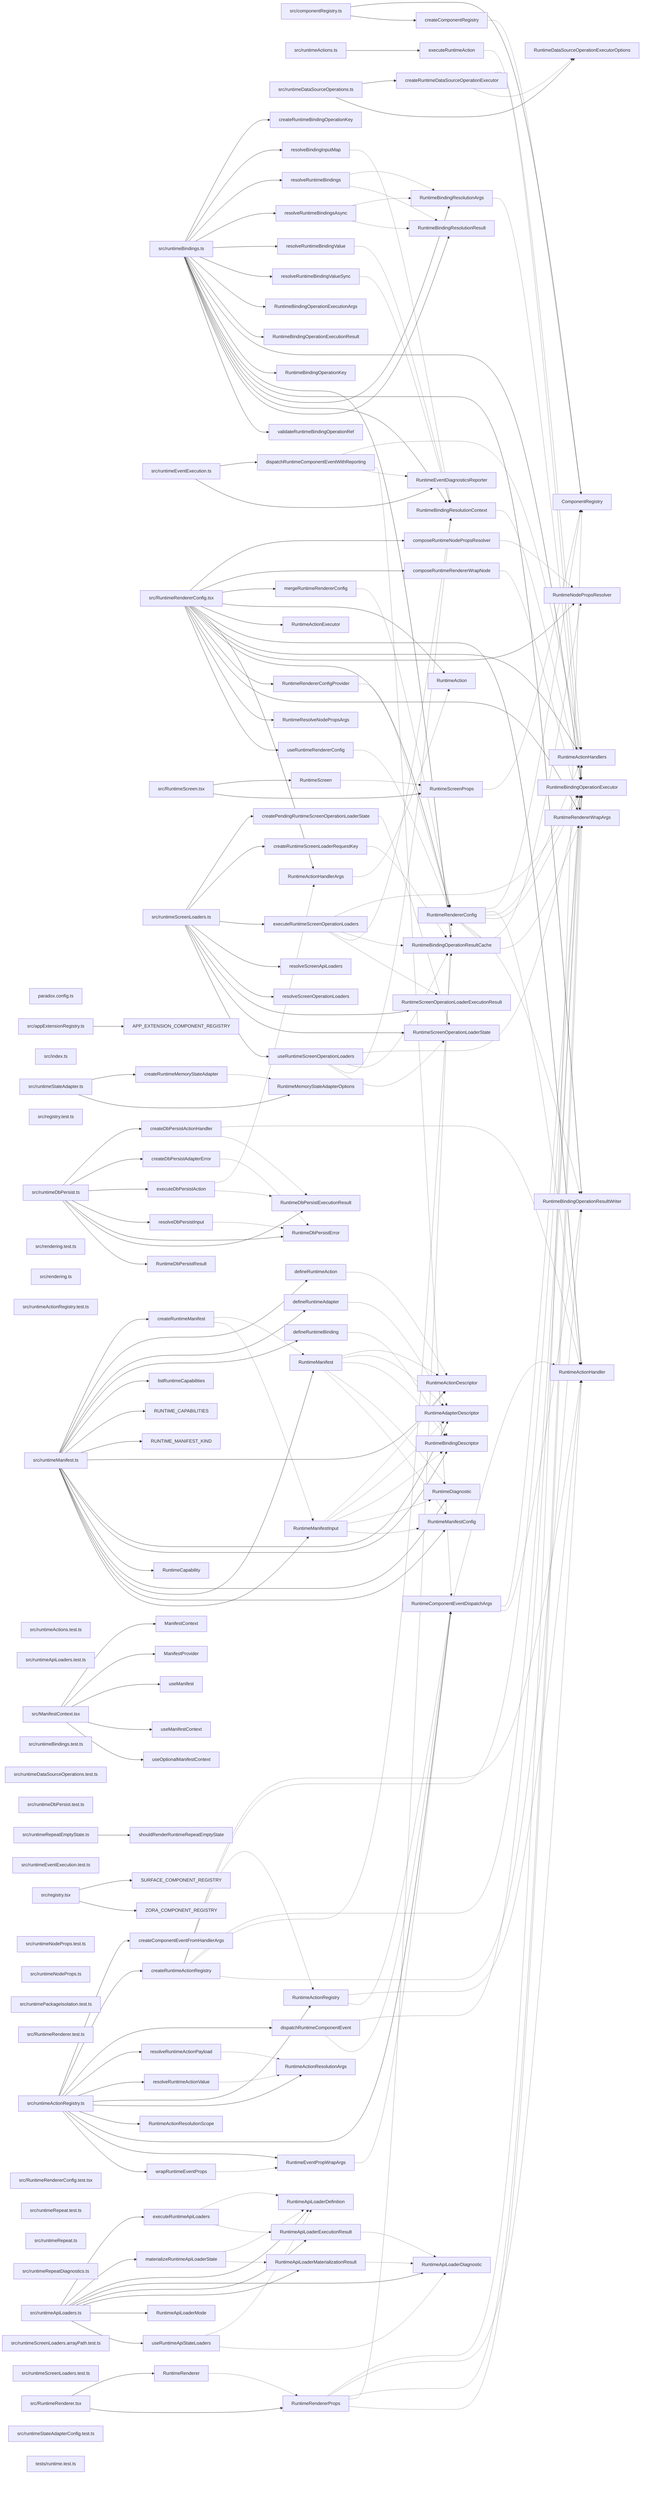
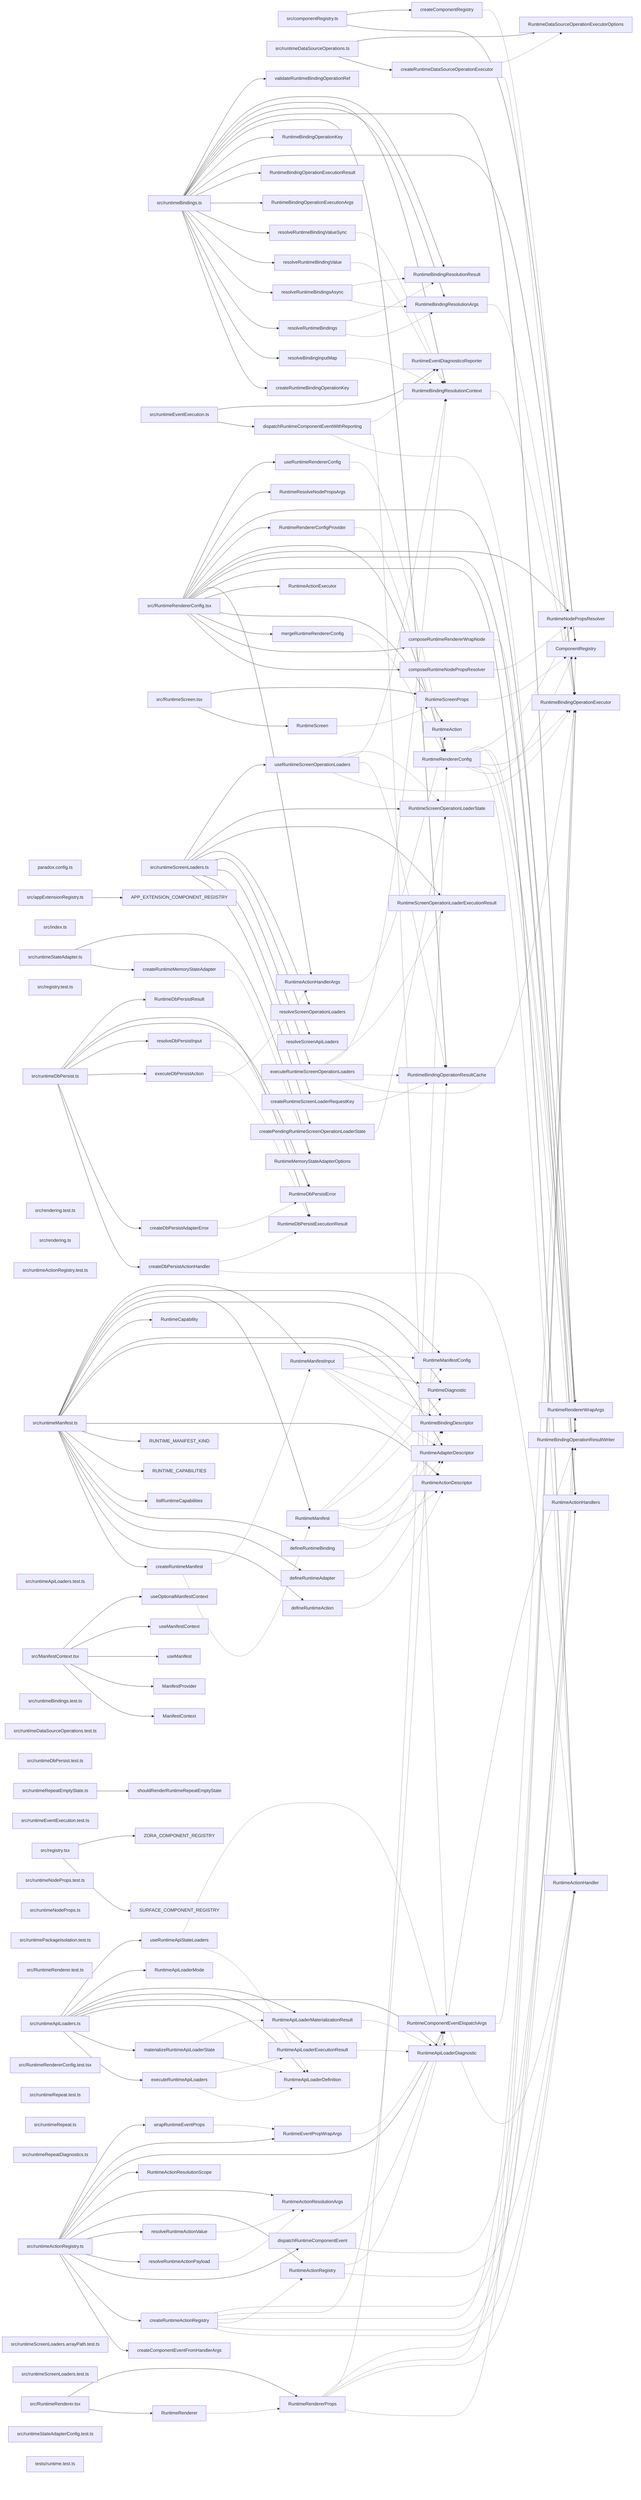
graph LR
  module_paradox_config_ts["paradox.config.ts"]
  module_src_appExtensionRegistry_ts["src/appExtensionRegistry.ts"]
  module_src_componentRegistry_ts["src/componentRegistry.ts"]
  module_src_index_ts["src/index.ts"]
  module_src_ManifestContext_tsx["src/ManifestContext.tsx"]
  module_src_registry_test_ts["src/registry.test.ts"]
  module_src_registry_tsx["src/registry.tsx"]
  module_src_rendering_test_ts["src/rendering.test.ts"]
  module_src_rendering_ts["src/rendering.ts"]
  module_src_runtimeActionRegistry_test_ts["src/runtimeActionRegistry.test.ts"]
  module_src_runtimeActionRegistry_ts["src/runtimeActionRegistry.ts"]
-   module_src_runtimeActions_test_ts["src/runtimeActions.test.ts"]
-   module_src_runtimeActions_ts["src/runtimeActions.ts"]
  module_src_runtimeApiLoaders_test_ts["src/runtimeApiLoaders.test.ts"]
  module_src_runtimeApiLoaders_ts["src/runtimeApiLoaders.ts"]
  module_src_runtimeBindings_test_ts["src/runtimeBindings.test.ts"]
  module_src_runtimeBindings_ts["src/runtimeBindings.ts"]
  module_src_runtimeDataSourceOperations_test_ts["src/runtimeDataSourceOperations.test.ts"]
  module_src_runtimeDataSourceOperations_ts["src/runtimeDataSourceOperations.ts"]
  module_src_runtimeDbPersist_test_ts["src/runtimeDbPersist.test.ts"]
  module_src_runtimeDbPersist_ts["src/runtimeDbPersist.ts"]
  module_src_runtimeEventExecution_test_ts["src/runtimeEventExecution.test.ts"]
  module_src_runtimeEventExecution_ts["src/runtimeEventExecution.ts"]
  module_src_runtimeManifest_ts["src/runtimeManifest.ts"]
  module_src_runtimeNodeProps_test_ts["src/runtimeNodeProps.test.ts"]
  module_src_runtimeNodeProps_ts["src/runtimeNodeProps.ts"]
  module_src_runtimePackageIsolation_test_ts["src/runtimePackageIsolation.test.ts"]
  module_src_RuntimeRenderer_test_ts["src/RuntimeRenderer.test.ts"]
  module_src_RuntimeRenderer_tsx["src/RuntimeRenderer.tsx"]
  module_src_RuntimeRendererConfig_test_tsx["src/RuntimeRendererConfig.test.tsx"]
  module_src_RuntimeRendererConfig_tsx["src/RuntimeRendererConfig.tsx"]
  module_src_runtimeRepeat_test_ts["src/runtimeRepeat.test.ts"]
  module_src_runtimeRepeat_ts["src/runtimeRepeat.ts"]
  module_src_runtimeRepeatDiagnostics_ts["src/runtimeRepeatDiagnostics.ts"]
  module_src_runtimeRepeatEmptyState_ts["src/runtimeRepeatEmptyState.ts"]
  module_src_RuntimeScreen_tsx["src/RuntimeScreen.tsx"]
  module_src_runtimeScreenLoaders_arrayPath_test_ts["src/runtimeScreenLoaders.arrayPath.test.ts"]
  module_src_runtimeScreenLoaders_test_ts["src/runtimeScreenLoaders.test.ts"]
  module_src_runtimeScreenLoaders_ts["src/runtimeScreenLoaders.ts"]
  module_src_runtimeStateAdapter_ts["src/runtimeStateAdapter.ts"]
  module_src_runtimeStateAdapterConfig_test_ts["src/runtimeStateAdapterConfig.test.ts"]
  module_tests_runtime_test_ts["tests/runtime.test.ts"]
  export_APP_EXTENSION_COMPONENT_REGISTRY["APP_EXTENSION_COMPONENT_REGISTRY"]
  module_src_appExtensionRegistry_ts --> export_APP_EXTENSION_COMPONENT_REGISTRY
  export_ComponentRegistry["ComponentRegistry"]
  module_src_componentRegistry_ts --> export_ComponentRegistry
  export_composeRuntimeNodePropsResolver["composeRuntimeNodePropsResolver"]
  module_src_RuntimeRendererConfig_tsx --> export_composeRuntimeNodePropsResolver
  export_composeRuntimeNodePropsResolver -.-> export_RuntimeNodePropsResolver
  export_composeRuntimeRendererWrapNode["composeRuntimeRendererWrapNode"]
  module_src_RuntimeRendererConfig_tsx --> export_composeRuntimeRendererWrapNode
  export_composeRuntimeRendererWrapNode -.-> export_RuntimeRendererWrapArgs
  export_createComponentEventFromHandlerArgs["createComponentEventFromHandlerArgs"]
  module_src_runtimeActionRegistry_ts --> export_createComponentEventFromHandlerArgs
  export_createComponentRegistry["createComponentRegistry"]
  module_src_componentRegistry_ts --> export_createComponentRegistry
  export_createComponentRegistry -.-> export_ComponentRegistry
  export_createDbPersistActionHandler["createDbPersistActionHandler"]
  module_src_runtimeDbPersist_ts --> export_createDbPersistActionHandler
  export_createDbPersistActionHandler -.-> export_RuntimeActionHandler
  export_createDbPersistActionHandler -.-> export_RuntimeDbPersistExecutionResult
  export_createDbPersistAdapterError["createDbPersistAdapterError"]
  module_src_runtimeDbPersist_ts --> export_createDbPersistAdapterError
  export_createDbPersistAdapterError -.-> export_RuntimeDbPersistError
  export_createPendingRuntimeScreenOperationLoaderState["createPendingRuntimeScreenOperationLoaderState"]
  module_src_runtimeScreenLoaders_ts --> export_createPendingRuntimeScreenOperationLoaderState
  export_createPendingRuntimeScreenOperationLoaderState -.-> export_RuntimeScreenOperationLoaderState
  export_createRuntimeActionRegistry["createRuntimeActionRegistry"]
  module_src_runtimeActionRegistry_ts --> export_createRuntimeActionRegistry
  export_createRuntimeActionRegistry -.-> export_RuntimeActionHandler
  export_createRuntimeActionRegistry -.-> export_RuntimeActionHandlers
  export_createRuntimeActionRegistry -.-> export_RuntimeActionRegistry
  export_createRuntimeActionRegistry -.-> export_RuntimeBindingOperationExecutor
  export_createRuntimeActionRegistry -.-> export_RuntimeBindingOperationResultCache
  export_createRuntimeActionRegistry -.-> export_RuntimeBindingOperationResultWriter
  export_createRuntimeBindingOperationKey["createRuntimeBindingOperationKey"]
  module_src_runtimeBindings_ts --> export_createRuntimeBindingOperationKey
  export_createRuntimeDataSourceOperationExecutor["createRuntimeDataSourceOperationExecutor"]
  module_src_runtimeDataSourceOperations_ts --> export_createRuntimeDataSourceOperationExecutor
  export_createRuntimeDataSourceOperationExecutor -.-> export_RuntimeBindingOperationExecutor
  export_createRuntimeDataSourceOperationExecutor -.-> export_RuntimeDataSourceOperationExecutorOptions
  export_createRuntimeManifest["createRuntimeManifest"]
  module_src_runtimeManifest_ts --> export_createRuntimeManifest
  export_createRuntimeManifest -.-> export_RuntimeManifest
  export_createRuntimeManifest -.-> export_RuntimeManifestInput
  export_createRuntimeMemoryStateAdapter["createRuntimeMemoryStateAdapter"]
  module_src_runtimeStateAdapter_ts --> export_createRuntimeMemoryStateAdapter
  export_createRuntimeMemoryStateAdapter -.-> export_RuntimeMemoryStateAdapterOptions
  export_createRuntimeScreenLoaderRequestKey["createRuntimeScreenLoaderRequestKey"]
  module_src_runtimeScreenLoaders_ts --> export_createRuntimeScreenLoaderRequestKey
  export_createRuntimeScreenLoaderRequestKey -.-> export_RuntimeBindingOperationResultCache
  export_defineRuntimeAction["defineRuntimeAction"]
  module_src_runtimeManifest_ts --> export_defineRuntimeAction
  export_defineRuntimeAction -.-> export_RuntimeActionDescriptor
  export_defineRuntimeAdapter["defineRuntimeAdapter"]
  module_src_runtimeManifest_ts --> export_defineRuntimeAdapter
  export_defineRuntimeAdapter -.-> export_RuntimeAdapterDescriptor
  export_defineRuntimeBinding["defineRuntimeBinding"]
  module_src_runtimeManifest_ts --> export_defineRuntimeBinding
  export_defineRuntimeBinding -.-> export_RuntimeBindingDescriptor
  export_dispatchRuntimeComponentEvent["dispatchRuntimeComponentEvent"]
  module_src_runtimeActionRegistry_ts --> export_dispatchRuntimeComponentEvent
  export_dispatchRuntimeComponentEvent -.-> export_RuntimeActionHandlers
  export_dispatchRuntimeComponentEvent -.-> export_RuntimeComponentEventDispatchArgs
  export_dispatchRuntimeComponentEventWithReporting["dispatchRuntimeComponentEventWithReporting"]
  module_src_runtimeEventExecution_ts --> export_dispatchRuntimeComponentEventWithReporting
  export_dispatchRuntimeComponentEventWithReporting -.-> export_RuntimeActionHandlers
  export_dispatchRuntimeComponentEventWithReporting -.-> export_RuntimeComponentEventDispatchArgs
  export_dispatchRuntimeComponentEventWithReporting -.-> export_RuntimeEventDiagnosticsReporter
  export_executeDbPersistAction["executeDbPersistAction"]
  module_src_runtimeDbPersist_ts --> export_executeDbPersistAction
  export_executeDbPersistAction -.-> export_RuntimeActionHandlerArgs
  export_executeDbPersistAction -.-> export_RuntimeDbPersistExecutionResult
-   export_executeRuntimeAction["executeRuntimeAction"]
-   module_src_runtimeActions_ts --> export_executeRuntimeAction
-   export_executeRuntimeAction -.-> export_RuntimeActionHandlers
  export_executeRuntimeApiLoaders["executeRuntimeApiLoaders"]
  module_src_runtimeApiLoaders_ts --> export_executeRuntimeApiLoaders
  export_executeRuntimeApiLoaders -.-> export_RuntimeApiLoaderDefinition
  export_executeRuntimeApiLoaders -.-> export_RuntimeApiLoaderExecutionResult
  export_executeRuntimeScreenOperationLoaders["executeRuntimeScreenOperationLoaders"]
  module_src_runtimeScreenLoaders_ts --> export_executeRuntimeScreenOperationLoaders
  export_executeRuntimeScreenOperationLoaders -.-> export_RuntimeBindingOperationExecutor
  export_executeRuntimeScreenOperationLoaders -.-> export_RuntimeBindingOperationResultCache
  export_executeRuntimeScreenOperationLoaders -.-> export_RuntimeBindingResolutionContext
  export_executeRuntimeScreenOperationLoaders -.-> export_RuntimeScreenOperationLoaderExecutionResult
  export_listRuntimeCapabilities["listRuntimeCapabilities"]
  module_src_runtimeManifest_ts --> export_listRuntimeCapabilities
  export_ManifestContext["ManifestContext"]
  module_src_ManifestContext_tsx --> export_ManifestContext
  export_ManifestProvider["ManifestProvider"]
  module_src_ManifestContext_tsx --> export_ManifestProvider
  export_materializeRuntimeApiLoaderState["materializeRuntimeApiLoaderState"]
  module_src_runtimeApiLoaders_ts --> export_materializeRuntimeApiLoaderState
  export_materializeRuntimeApiLoaderState -.-> export_RuntimeApiLoaderDefinition
  export_materializeRuntimeApiLoaderState -.-> export_RuntimeApiLoaderMaterializationResult
  export_mergeRuntimeRendererConfig["mergeRuntimeRendererConfig"]
  module_src_RuntimeRendererConfig_tsx --> export_mergeRuntimeRendererConfig
  export_mergeRuntimeRendererConfig -.-> export_RuntimeRendererConfig
  export_resolveBindingInputMap["resolveBindingInputMap"]
  module_src_runtimeBindings_ts --> export_resolveBindingInputMap
  export_resolveBindingInputMap -.-> export_RuntimeBindingResolutionContext
  export_resolveDbPersistInput["resolveDbPersistInput"]
  module_src_runtimeDbPersist_ts --> export_resolveDbPersistInput
  export_resolveDbPersistInput -.-> export_RuntimeDbPersistError
  export_resolveRuntimeActionPayload["resolveRuntimeActionPayload"]
  module_src_runtimeActionRegistry_ts --> export_resolveRuntimeActionPayload
  export_resolveRuntimeActionPayload -.-> export_RuntimeActionResolutionArgs
  export_resolveRuntimeActionValue["resolveRuntimeActionValue"]
  module_src_runtimeActionRegistry_ts --> export_resolveRuntimeActionValue
  export_resolveRuntimeActionValue -.-> export_RuntimeActionResolutionArgs
  export_resolveRuntimeBindings["resolveRuntimeBindings"]
  module_src_runtimeBindings_ts --> export_resolveRuntimeBindings
  export_resolveRuntimeBindings -.-> export_RuntimeBindingResolutionArgs
  export_resolveRuntimeBindings -.-> export_RuntimeBindingResolutionResult
  export_resolveRuntimeBindingsAsync["resolveRuntimeBindingsAsync"]
  module_src_runtimeBindings_ts --> export_resolveRuntimeBindingsAsync
  export_resolveRuntimeBindingsAsync -.-> export_RuntimeBindingResolutionArgs
  export_resolveRuntimeBindingsAsync -.-> export_RuntimeBindingResolutionResult
  export_resolveRuntimeBindingValue["resolveRuntimeBindingValue"]
  module_src_runtimeBindings_ts --> export_resolveRuntimeBindingValue
  export_resolveRuntimeBindingValue -.-> export_RuntimeBindingResolutionContext
  export_resolveRuntimeBindingValueSync["resolveRuntimeBindingValueSync"]
  module_src_runtimeBindings_ts --> export_resolveRuntimeBindingValueSync
  export_resolveRuntimeBindingValueSync -.-> export_RuntimeBindingResolutionContext
  export_resolveScreenApiLoaders["resolveScreenApiLoaders"]
  module_src_runtimeScreenLoaders_ts --> export_resolveScreenApiLoaders
  export_resolveScreenOperationLoaders["resolveScreenOperationLoaders"]
  module_src_runtimeScreenLoaders_ts --> export_resolveScreenOperationLoaders
  export_RUNTIME_CAPABILITIES["RUNTIME_CAPABILITIES"]
  module_src_runtimeManifest_ts --> export_RUNTIME_CAPABILITIES
  export_RUNTIME_MANIFEST_KIND["RUNTIME_MANIFEST_KIND"]
  module_src_runtimeManifest_ts --> export_RUNTIME_MANIFEST_KIND
  export_RuntimeAction["RuntimeAction"]
  module_src_RuntimeRendererConfig_tsx --> export_RuntimeAction
  export_RuntimeActionDescriptor["RuntimeActionDescriptor"]
  module_src_runtimeManifest_ts --> export_RuntimeActionDescriptor
  export_RuntimeActionExecutor["RuntimeActionExecutor"]
  module_src_RuntimeRendererConfig_tsx --> export_RuntimeActionExecutor
  export_RuntimeActionHandler["RuntimeActionHandler"]
  module_src_RuntimeRendererConfig_tsx --> export_RuntimeActionHandler
  export_RuntimeActionHandlerArgs["RuntimeActionHandlerArgs"]
  module_src_RuntimeRendererConfig_tsx --> export_RuntimeActionHandlerArgs
  export_RuntimeActionHandlerArgs -.-> export_RuntimeAction
  export_RuntimeActionHandlers["RuntimeActionHandlers"]
  module_src_RuntimeRendererConfig_tsx --> export_RuntimeActionHandlers
  export_RuntimeActionRegistry["RuntimeActionRegistry"]
  module_src_runtimeActionRegistry_ts --> export_RuntimeActionRegistry
  export_RuntimeActionRegistry -.-> export_RuntimeActionHandler
  export_RuntimeActionRegistry -.-> export_RuntimeComponentEventDispatchArgs
  export_RuntimeActionResolutionArgs["RuntimeActionResolutionArgs"]
  module_src_runtimeActionRegistry_ts --> export_RuntimeActionResolutionArgs
  export_RuntimeActionResolutionScope["RuntimeActionResolutionScope"]
  module_src_runtimeActionRegistry_ts --> export_RuntimeActionResolutionScope
  export_RuntimeAdapterDescriptor["RuntimeAdapterDescriptor"]
  module_src_runtimeManifest_ts --> export_RuntimeAdapterDescriptor
  export_RuntimeApiLoaderDefinition["RuntimeApiLoaderDefinition"]
  module_src_runtimeApiLoaders_ts --> export_RuntimeApiLoaderDefinition
  export_RuntimeApiLoaderDiagnostic["RuntimeApiLoaderDiagnostic"]
  module_src_runtimeApiLoaders_ts --> export_RuntimeApiLoaderDiagnostic
  export_RuntimeApiLoaderExecutionResult["RuntimeApiLoaderExecutionResult"]
  module_src_runtimeApiLoaders_ts --> export_RuntimeApiLoaderExecutionResult
  export_RuntimeApiLoaderExecutionResult -.-> export_RuntimeApiLoaderDiagnostic
  export_RuntimeApiLoaderMaterializationResult["RuntimeApiLoaderMaterializationResult"]
  module_src_runtimeApiLoaders_ts --> export_RuntimeApiLoaderMaterializationResult
  export_RuntimeApiLoaderMaterializationResult -.-> export_RuntimeApiLoaderDiagnostic
  export_RuntimeApiLoaderMode["RuntimeApiLoaderMode"]
  module_src_runtimeApiLoaders_ts --> export_RuntimeApiLoaderMode
  export_RuntimeBindingDescriptor["RuntimeBindingDescriptor"]
  module_src_runtimeManifest_ts --> export_RuntimeBindingDescriptor
  export_RuntimeBindingOperationExecutionArgs["RuntimeBindingOperationExecutionArgs"]
  module_src_runtimeBindings_ts --> export_RuntimeBindingOperationExecutionArgs
  export_RuntimeBindingOperationExecutionResult["RuntimeBindingOperationExecutionResult"]
  module_src_runtimeBindings_ts --> export_RuntimeBindingOperationExecutionResult
  export_RuntimeBindingOperationExecutor["RuntimeBindingOperationExecutor"]
  module_src_runtimeBindings_ts --> export_RuntimeBindingOperationExecutor
  export_RuntimeBindingOperationKey["RuntimeBindingOperationKey"]
  module_src_runtimeBindings_ts --> export_RuntimeBindingOperationKey
  export_RuntimeBindingOperationResultCache["RuntimeBindingOperationResultCache"]
  module_src_runtimeBindings_ts --> export_RuntimeBindingOperationResultCache
  export_RuntimeBindingOperationResultWriter["RuntimeBindingOperationResultWriter"]
  module_src_runtimeBindings_ts --> export_RuntimeBindingOperationResultWriter
  export_RuntimeBindingResolutionArgs["RuntimeBindingResolutionArgs"]
  module_src_runtimeBindings_ts --> export_RuntimeBindingResolutionArgs
  export_RuntimeBindingResolutionArgs -.-> export_RuntimeBindingOperationExecutor
  export_RuntimeBindingResolutionContext["RuntimeBindingResolutionContext"]
  module_src_runtimeBindings_ts --> export_RuntimeBindingResolutionContext
  export_RuntimeBindingResolutionContext -.-> export_RuntimeBindingOperationExecutor
  export_RuntimeBindingResolutionResult["RuntimeBindingResolutionResult"]
  module_src_runtimeBindings_ts --> export_RuntimeBindingResolutionResult
  export_RuntimeCapability["RuntimeCapability"]
  module_src_runtimeManifest_ts --> export_RuntimeCapability
  export_RuntimeComponentEventDispatchArgs["RuntimeComponentEventDispatchArgs"]
  module_src_runtimeActionRegistry_ts --> export_RuntimeComponentEventDispatchArgs
  export_RuntimeComponentEventDispatchArgs -.-> export_RuntimeActionHandler
  export_RuntimeComponentEventDispatchArgs -.-> export_RuntimeBindingOperationExecutor
  export_RuntimeComponentEventDispatchArgs -.-> export_RuntimeBindingOperationResultWriter
  export_RuntimeDataSourceOperationExecutorOptions["RuntimeDataSourceOperationExecutorOptions"]
  module_src_runtimeDataSourceOperations_ts --> export_RuntimeDataSourceOperationExecutorOptions
  export_RuntimeDbPersistError["RuntimeDbPersistError"]
  module_src_runtimeDbPersist_ts --> export_RuntimeDbPersistError
  export_RuntimeDbPersistExecutionResult["RuntimeDbPersistExecutionResult"]
  module_src_runtimeDbPersist_ts --> export_RuntimeDbPersistExecutionResult
  export_RuntimeDbPersistResult["RuntimeDbPersistResult"]
  module_src_runtimeDbPersist_ts --> export_RuntimeDbPersistResult
  export_RuntimeDiagnostic["RuntimeDiagnostic"]
  module_src_runtimeManifest_ts --> export_RuntimeDiagnostic
  export_RuntimeEventDiagnosticsReporter["RuntimeEventDiagnosticsReporter"]
  module_src_runtimeEventExecution_ts --> export_RuntimeEventDiagnosticsReporter
  export_RuntimeEventPropWrapArgs["RuntimeEventPropWrapArgs"]
  module_src_runtimeActionRegistry_ts --> export_RuntimeEventPropWrapArgs
  export_RuntimeEventPropWrapArgs -.-> export_RuntimeComponentEventDispatchArgs
  export_RuntimeManifest["RuntimeManifest"]
  module_src_runtimeManifest_ts --> export_RuntimeManifest
  export_RuntimeManifest -.-> export_RuntimeActionDescriptor
  export_RuntimeManifest -.-> export_RuntimeAdapterDescriptor
  export_RuntimeManifest -.-> export_RuntimeBindingDescriptor
  export_RuntimeManifest -.-> export_RuntimeDiagnostic
  export_RuntimeManifest -.-> export_RuntimeManifestConfig
  export_RuntimeManifestConfig["RuntimeManifestConfig"]
  module_src_runtimeManifest_ts --> export_RuntimeManifestConfig
  export_RuntimeManifestInput["RuntimeManifestInput"]
  module_src_runtimeManifest_ts --> export_RuntimeManifestInput
  export_RuntimeManifestInput -.-> export_RuntimeActionDescriptor
  export_RuntimeManifestInput -.-> export_RuntimeAdapterDescriptor
  export_RuntimeManifestInput -.-> export_RuntimeBindingDescriptor
  export_RuntimeManifestInput -.-> export_RuntimeDiagnostic
  export_RuntimeManifestInput -.-> export_RuntimeManifestConfig
  export_RuntimeMemoryStateAdapterOptions["RuntimeMemoryStateAdapterOptions"]
  module_src_runtimeStateAdapter_ts --> export_RuntimeMemoryStateAdapterOptions
  export_RuntimeNodePropsResolver["RuntimeNodePropsResolver"]
  module_src_RuntimeRendererConfig_tsx --> export_RuntimeNodePropsResolver
  export_RuntimeRenderer["RuntimeRenderer"]
  module_src_RuntimeRenderer_tsx --> export_RuntimeRenderer
  export_RuntimeRenderer -.-> export_RuntimeRendererProps
  export_RuntimeRendererConfig["RuntimeRendererConfig"]
  module_src_RuntimeRendererConfig_tsx --> export_RuntimeRendererConfig
  export_RuntimeRendererConfig -.-> export_ComponentRegistry
  export_RuntimeRendererConfig -.-> export_RuntimeActionHandler
  export_RuntimeRendererConfig -.-> export_RuntimeActionHandlers
  export_RuntimeRendererConfig -.-> export_RuntimeBindingOperationExecutor
  export_RuntimeRendererConfig -.-> export_RuntimeBindingOperationResultWriter
  export_RuntimeRendererConfig -.-> export_RuntimeNodePropsResolver
  export_RuntimeRendererConfig -.-> export_RuntimeRendererWrapArgs
  export_RuntimeRendererConfigProvider["RuntimeRendererConfigProvider"]
  module_src_RuntimeRendererConfig_tsx --> export_RuntimeRendererConfigProvider
  export_RuntimeRendererConfigProvider -.-> export_RuntimeRendererConfig
  export_RuntimeRendererProps["RuntimeRendererProps"]
  module_src_RuntimeRenderer_tsx --> export_RuntimeRendererProps
  export_RuntimeRendererProps -.-> export_ComponentRegistry
  export_RuntimeRendererProps -.-> export_RuntimeActionHandler
  export_RuntimeRendererProps -.-> export_RuntimeBindingOperationExecutor
  export_RuntimeRendererProps -.-> export_RuntimeRendererConfig
  export_RuntimeRendererProps -.-> export_RuntimeRendererWrapArgs
  export_RuntimeRendererWrapArgs["RuntimeRendererWrapArgs"]
  module_src_RuntimeRendererConfig_tsx --> export_RuntimeRendererWrapArgs
  export_RuntimeResolveNodePropsArgs["RuntimeResolveNodePropsArgs"]
  module_src_RuntimeRendererConfig_tsx --> export_RuntimeResolveNodePropsArgs
  export_RuntimeScreen["RuntimeScreen"]
  module_src_RuntimeScreen_tsx --> export_RuntimeScreen
  export_RuntimeScreen -.-> export_RuntimeScreenProps
  export_RuntimeScreenOperationLoaderExecutionResult["RuntimeScreenOperationLoaderExecutionResult"]
  module_src_runtimeScreenLoaders_ts --> export_RuntimeScreenOperationLoaderExecutionResult
  export_RuntimeScreenOperationLoaderState["RuntimeScreenOperationLoaderState"]
  module_src_runtimeScreenLoaders_ts --> export_RuntimeScreenOperationLoaderState
  export_RuntimeScreenProps["RuntimeScreenProps"]
  module_src_RuntimeScreen_tsx --> export_RuntimeScreenProps
  export_RuntimeScreenProps -.-> export_ComponentRegistry
  export_shouldRenderRuntimeRepeatEmptyState["shouldRenderRuntimeRepeatEmptyState"]
  module_src_runtimeRepeatEmptyState_ts --> export_shouldRenderRuntimeRepeatEmptyState
  export_SURFACE_COMPONENT_REGISTRY["SURFACE_COMPONENT_REGISTRY"]
  module_src_registry_tsx --> export_SURFACE_COMPONENT_REGISTRY
  export_useManifest["useManifest"]
  module_src_ManifestContext_tsx --> export_useManifest
  export_useManifestContext["useManifestContext"]
  module_src_ManifestContext_tsx --> export_useManifestContext
  export_useOptionalManifestContext["useOptionalManifestContext"]
  module_src_ManifestContext_tsx --> export_useOptionalManifestContext
  export_useRuntimeApiStateLoaders["useRuntimeApiStateLoaders"]
  module_src_runtimeApiLoaders_ts --> export_useRuntimeApiStateLoaders
  export_useRuntimeApiStateLoaders -.-> export_RuntimeApiLoaderDefinition
  export_useRuntimeApiStateLoaders -.-> export_RuntimeApiLoaderDiagnostic
  export_useRuntimeRendererConfig["useRuntimeRendererConfig"]
  module_src_RuntimeRendererConfig_tsx --> export_useRuntimeRendererConfig
  export_useRuntimeRendererConfig -.-> export_RuntimeRendererConfig
  export_useRuntimeScreenOperationLoaders["useRuntimeScreenOperationLoaders"]
  module_src_runtimeScreenLoaders_ts --> export_useRuntimeScreenOperationLoaders
  export_useRuntimeScreenOperationLoaders -.-> export_RuntimeBindingOperationExecutor
  export_useRuntimeScreenOperationLoaders -.-> export_RuntimeBindingOperationResultCache
  export_useRuntimeScreenOperationLoaders -.-> export_RuntimeBindingResolutionContext
  export_useRuntimeScreenOperationLoaders -.-> export_RuntimeScreenOperationLoaderState
  export_validateRuntimeBindingOperationRef["validateRuntimeBindingOperationRef"]
  module_src_runtimeBindings_ts --> export_validateRuntimeBindingOperationRef
  export_wrapRuntimeEventProps["wrapRuntimeEventProps"]
  module_src_runtimeActionRegistry_ts --> export_wrapRuntimeEventProps
  export_wrapRuntimeEventProps -.-> export_RuntimeEventPropWrapArgs
  export_ZORA_COMPONENT_REGISTRY["ZORA_COMPONENT_REGISTRY"]
  module_src_registry_tsx --> export_ZORA_COMPONENT_REGISTRY
